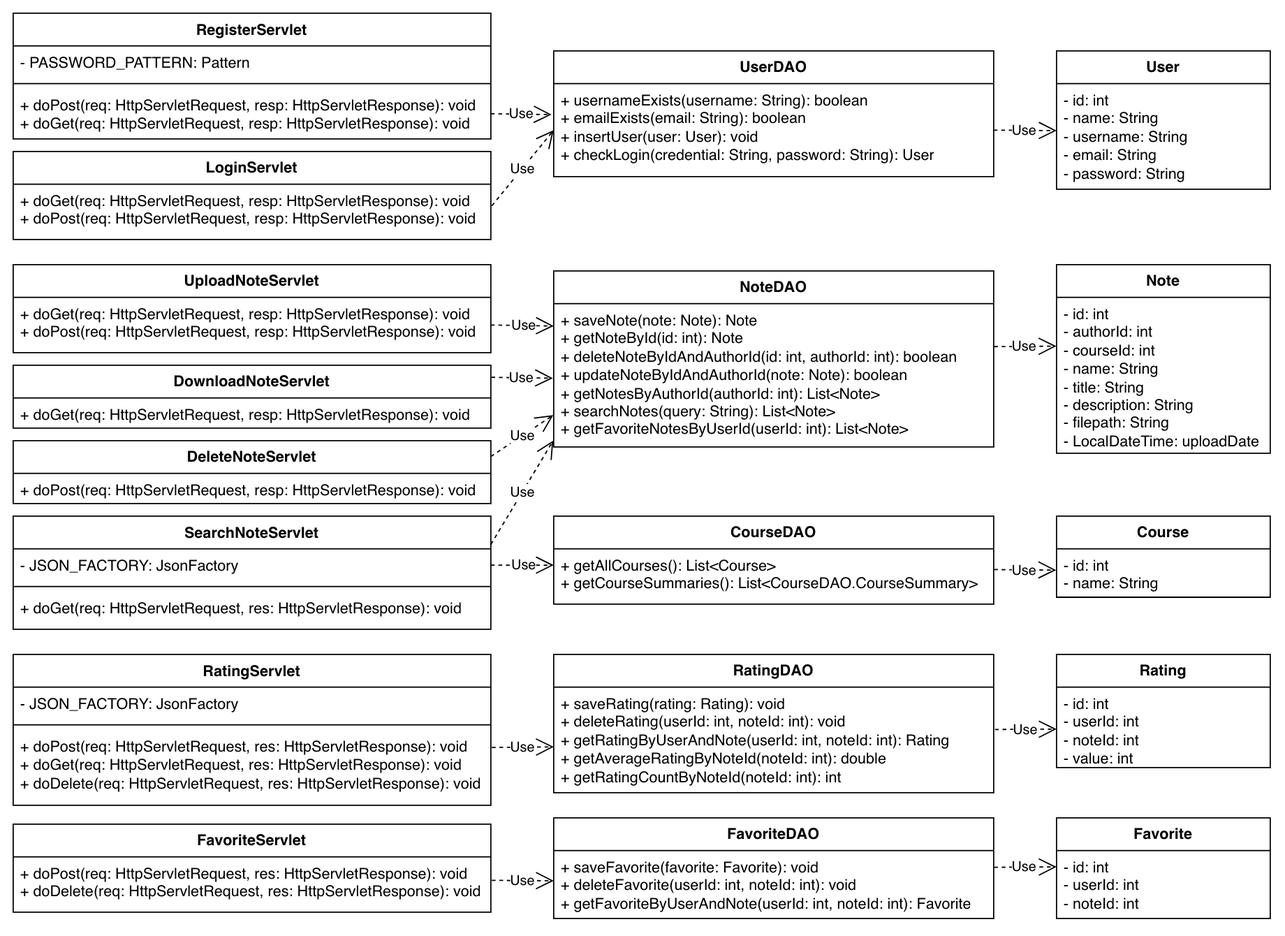
Above: hw1/diagrams/classDiagram.drawio.png in Dusba01/github-wa2526klzwap (draw.io), before the change. Source tidied: cells renumbered, new cells last; positions are measured from the earlier drawing's top-left corner, leaving out a move shared by most shapes.
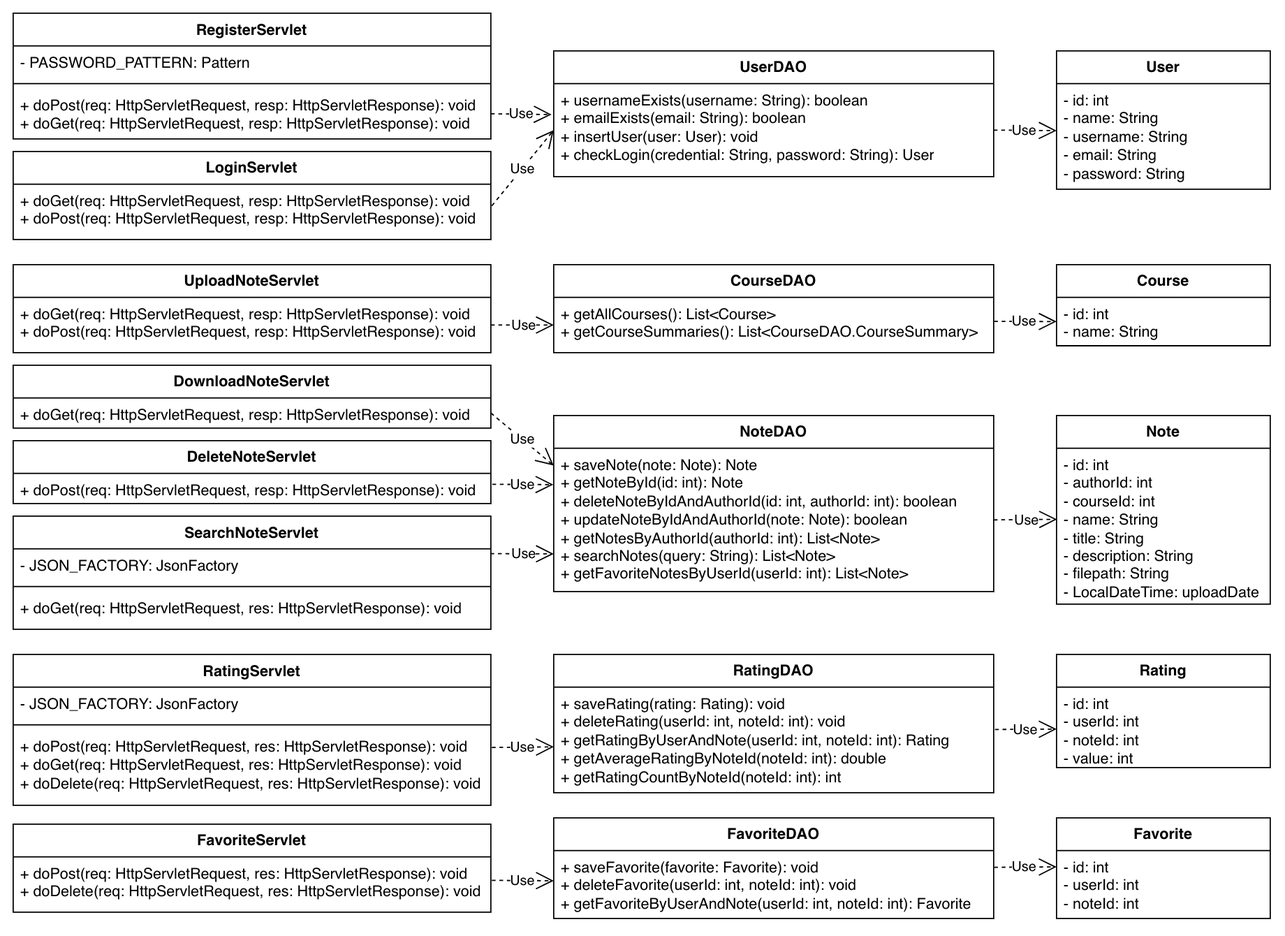
After the change.

Commit message:
class diagram definitive FOR REAL

What changed in the source:
```diff
@@ -9,7 +9,7 @@
       <mxGeometry y="26" width="350" height="74" as="geometry" />
     </mxCell>
     <mxCell id="4" value="&lt;b&gt;NoteDAO&lt;/b&gt;" style="swimlane;fontStyle=0;horizontal=1;startSize=26;fillColor=none;whiteSpace=wrap;html=1;" parent="1" vertex="1">
-      <mxGeometry x="430" y="205" width="350" height="140" as="geometry" />
+      <mxGeometry x="430" y="320" width="350" height="140" as="geometry" />
     </mxCell>
     <mxCell id="5" value="&lt;div&gt;+ saveNote(note: Note): Note&lt;/div&gt;&lt;div&gt;+ getNoteById(id: int): Note&lt;/div&gt;&lt;div&gt;+ deleteNoteByIdAndAuthorId(id: int, authorId: int): boolean&lt;/div&gt;&lt;div&gt;+ updateNoteByIdAndAuthorId(note: Note): boolean&lt;/div&gt;&lt;div&gt;+ getNotesByAuthorId(authorId: int): List&amp;lt;Note&amp;gt;&lt;/div&gt;&lt;div&gt;+ searchNotes(query: String): List&amp;lt;Note&amp;gt;&lt;/div&gt;&lt;div&gt;+ getFavoriteNotesByUserId(userId: int): List&amp;lt;Note&amp;gt;&lt;/div&gt;&lt;div&gt;&lt;br&gt;&lt;/div&gt;" style="text;strokeColor=none;fillColor=none;align=left;verticalAlign=top;spacingLeft=4;spacingRight=4;overflow=hidden;points=[[0,0.5],[1,0.5]];portConstraint=eastwest;whiteSpace=wrap;html=1;" parent="4" vertex="1">
       <mxGeometry y="26" width="350" height="114" as="geometry" />
@@ -27,7 +27,7 @@
       <mxGeometry y="26" width="350" height="54" as="geometry" />
     </mxCell>
     <mxCell id="10" value="&lt;b&gt;CourseDAO&lt;/b&gt;" style="swimlane;fontStyle=0;horizontal=1;startSize=26;fillColor=none;whiteSpace=wrap;html=1;" parent="1" vertex="1">
-      <mxGeometry x="430" y="400" width="350" height="70" as="geometry" />
+      <mxGeometry x="430" y="200" width="350" height="70" as="geometry" />
     </mxCell>
     <mxCell id="11" value="+ getAllCourses(): List&amp;lt;Course&amp;gt;&lt;br&gt;+ getCourseSummaries(): List&amp;lt;CourseDAO.CourseSummary&amp;gt;&lt;div&gt;&lt;br/&gt;&lt;/div&gt;" style="text;strokeColor=none;fillColor=none;align=left;verticalAlign=top;spacingLeft=4;spacingRight=4;overflow=hidden;points=[[0,0.5],[1,0.5]];portConstraint=eastwest;whiteSpace=wrap;html=1;" parent="10" vertex="1">
       <mxGeometry y="26" width="350" height="44" as="geometry" />
@@ -111,7 +111,7 @@
       <mxGeometry y="26" width="170" height="54" as="geometry" />
     </mxCell>
     <mxCell id="38" value="&lt;b&gt;Course&lt;/b&gt;" style="swimlane;fontStyle=0;horizontal=1;startSize=26;fillColor=none;whiteSpace=wrap;html=1;" parent="1" vertex="1">
-      <mxGeometry x="830" y="400" width="170" height="64.5" as="geometry" />
+      <mxGeometry x="830" y="200" width="170" height="64.5" as="geometry" />
     </mxCell>
     <mxCell id="39" value="&lt;div&gt;- id: int&lt;div&gt;- name: String&lt;/div&gt;&lt;div&gt;&lt;br&gt;&lt;/div&gt;&lt;/div&gt;" style="text;strokeColor=none;fillColor=none;align=left;verticalAlign=top;spacingLeft=4;spacingRight=4;overflow=hidden;points=[[0,0.5],[1,0.5]];portConstraint=eastwest;whiteSpace=wrap;html=1;" parent="38" vertex="1">
       <mxGeometry y="26" width="170" height="38.5" as="geometry" />
@@ -123,7 +123,7 @@
       <mxGeometry y="26" width="170" height="84" as="geometry" />
     </mxCell>
     <mxCell id="42" value="&lt;b&gt;Note&lt;/b&gt;" style="swimlane;fontStyle=0;horizontal=1;startSize=26;fillColor=none;whiteSpace=wrap;html=1;" parent="1" vertex="1">
-      <mxGeometry x="830" y="200" width="170" height="150" as="geometry" />
+      <mxGeometry x="830" y="320" width="170" height="150" as="geometry" />
     </mxCell>
     <mxCell id="43" value="- id: int&lt;div&gt;- authorId: int&lt;/div&gt;&lt;div&gt;- courseId: int&lt;br&gt;&lt;div&gt;- name: String&lt;/div&gt;&lt;div&gt;- title: String&lt;/div&gt;&lt;div&gt;- description: String&lt;/div&gt;&lt;div&gt;- filepath: String&lt;/div&gt;&lt;/div&gt;&lt;div&gt;- LocalDateTime: uploadDate&lt;/div&gt;" style="text;strokeColor=none;fillColor=none;align=left;verticalAlign=top;spacingLeft=4;spacingRight=4;overflow=hidden;points=[[0,0.5],[1,0.5]];portConstraint=eastwest;whiteSpace=wrap;html=1;" parent="42" vertex="1">
       <mxGeometry y="26" width="170" height="124" as="geometry" />
@@ -134,23 +134,6 @@
     <mxCell id="45" value="Use" style="endArrow=open;endSize=12;dashed=1;html=1;rounded=0;exitX=1.002;exitY=0.391;exitDx=0;exitDy=0;entryX=0;entryY=0.5;entryDx=0;entryDy=0;exitPerimeter=0;" parent="1" edge="1" source="13" target="3">
       <mxGeometry relative="1" as="geometry" />
     </mxCell>
-    <mxCell id="46" value="Use" style="endArrow=open;endSize=12;dashed=1;html=1;rounded=0;exitX=1;exitY=0.5;exitDx=0;exitDy=0;entryX=0;entryY=0.156;entryDx=0;entryDy=0;entryPerimeter=0;" parent="1" edge="1" source="19" target="5">
-      <mxGeometry relative="1" as="geometry" />
-    </mxCell>
-    <mxCell id="47" value="Use" style="endArrow=open;endSize=12;dashed=1;html=1;rounded=0;exitX=1.001;exitY=0.192;exitDx=0;exitDy=0;entryX=-0.002;entryY=0.52;entryDx=0;entryDy=0;entryPerimeter=0;exitPerimeter=0;" parent="1" edge="1" source="20" target="5">
-      <mxGeometry relative="1" as="geometry" />
-    </mxCell>
-    <mxCell id="48" value="Use" style="endArrow=open;endSize=12;dashed=1;html=1;rounded=0;exitX=1;exitY=0.25;exitDx=0;exitDy=0;entryX=-0.001;entryY=0.778;entryDx=0;entryDy=0;entryPerimeter=0;" parent="1" edge="1" source="22" target="5">
-      <mxGeometry relative="1" as="geometry" />
-    </mxCell>
-    <mxCell id="49" value="Use" style="endArrow=open;endSize=12;dashed=1;html=1;rounded=0;exitX=1;exitY=0.25;exitDx=0;exitDy=0;entryX=-0.001;entryY=0.955;entryDx=0;entryDy=0;entryPerimeter=0;" parent="1" edge="1" source="24" target="5">
-      <mxGeometry relative="1" as="geometry" />
-    </mxCell>
-    <mxCell id="50" value="Use" style="endArrow=open;endSize=12;dashed=1;html=1;rounded=0;exitX=1;exitY=0.5;exitDx=0;exitDy=0;" parent="1" edge="1" source="25">
-      <mxGeometry relative="1" as="geometry">
-        <mxPoint x="430" y="439" as="targetPoint" />
-      </mxGeometry>
-    </mxCell>
     <mxCell id="51" value="Use" style="endArrow=open;endSize=12;dashed=1;html=1;rounded=0;exitX=1.002;exitY=0.233;exitDx=0;exitDy=0;entryX=0;entryY=0.566;entryDx=0;entryDy=0;entryPerimeter=0;exitPerimeter=0;" parent="1" edge="1" source="31" target="7">
       <mxGeometry relative="1" as="geometry" />
     </mxCell>
@@ -162,12 +145,6 @@
     <mxCell id="53" value="Use" style="endArrow=open;endSize=12;dashed=1;html=1;rounded=0;exitX=1;exitY=0.5;exitDx=0;exitDy=0;entryX=0;entryY=0.445;entryDx=0;entryDy=0;entryPerimeter=0;" parent="1" edge="1" source="3" target="41">
       <mxGeometry relative="1" as="geometry" />
     </mxCell>
-    <mxCell id="54" value="Use" style="endArrow=open;endSize=12;dashed=1;html=1;rounded=0;exitX=1.001;exitY=0.3;exitDx=0;exitDy=0;exitPerimeter=0;entryX=-0.001;entryY=0.313;entryDx=0;entryDy=0;entryPerimeter=0;" parent="1" edge="1" source="5" target="43">
-      <mxGeometry relative="1" as="geometry" />
-    </mxCell>
-    <mxCell id="55" value="Use" style="endArrow=open;endSize=12;dashed=1;html=1;rounded=0;exitX=1.001;exitY=0.375;exitDx=0;exitDy=0;entryX=-0.002;entryY=0.44;entryDx=0;entryDy=0;entryPerimeter=0;exitPerimeter=0;" parent="1" edge="1" source="11" target="39">
-      <mxGeometry relative="1" as="geometry" />
-    </mxCell>
     <mxCell id="56" value="Use" style="endArrow=open;endSize=12;dashed=1;html=1;rounded=0;exitX=1.003;exitY=0.401;exitDx=0;exitDy=0;entryX=0;entryY=0.522;entryDx=0;entryDy=0;exitPerimeter=0;entryPerimeter=0;" parent="1" edge="1" source="7" target="35">
       <mxGeometry relative="1" as="geometry" />
     </mxCell>
@@ -176,5 +153,25 @@
         <mxPoint x="830" y="679" as="targetPoint" />
       </mxGeometry>
     </mxCell>
+    <mxCell id="58" value="Use" style="endArrow=open;endSize=12;dashed=1;html=1;rounded=0;exitX=1;exitY=0.5;exitDx=0;exitDy=0;entryX=0;entryY=0.5;entryDx=0;entryDy=0;" parent="1" edge="1" source="19" target="11">
+      <mxGeometry relative="1" as="geometry" />
+    </mxCell>
+    <mxCell id="55" value="Use" style="endArrow=open;endSize=12;dashed=1;html=1;rounded=0;exitX=1.001;exitY=0.434;exitDx=0;exitDy=0;entryX=0;entryY=0.5;entryDx=0;entryDy=0;exitPerimeter=0;" parent="1" edge="1" source="11" target="39">
+      <mxGeometry relative="1" as="geometry" />
+    </mxCell>
+    <mxCell id="54" value="Use" style="endArrow=open;endSize=12;dashed=1;html=1;rounded=0;exitX=1;exitY=0.5;exitDx=0;exitDy=0;entryX=0.002;entryY=0.456;entryDx=0;entryDy=0;entryPerimeter=0;" parent="1" edge="1" source="5" target="43">
+      <mxGeometry relative="1" as="geometry" />
+    </mxCell>
+    <mxCell id="59" value="Use" style="endArrow=open;endSize=12;dashed=1;html=1;rounded=0;exitX=1;exitY=0.5;exitDx=0;exitDy=0;entryX=0;entryY=0.121;entryDx=0;entryDy=0;entryPerimeter=0;" parent="1" edge="1" source="21" target="5">
+      <mxGeometry relative="1" as="geometry" />
+    </mxCell>
+    <mxCell id="60" value="Use" style="endArrow=open;endSize=12;dashed=1;html=1;rounded=0;exitX=1.003;exitY=0.363;exitDx=0;exitDy=0;entryX=-0.001;entryY=0.254;entryDx=0;entryDy=0;exitPerimeter=0;entryPerimeter=0;" parent="1" edge="1" source="23" target="5">
+      <mxGeometry relative="1" as="geometry" />
+    </mxCell>
+    <mxCell id="61" value="Use" style="endArrow=open;endSize=12;dashed=1;html=1;rounded=0;exitX=0.999;exitY=0.149;exitDx=0;exitDy=0;exitPerimeter=0;" parent="1" edge="1" source="25">
+      <mxGeometry relative="1" as="geometry">
+        <mxPoint x="430" y="430" as="targetPoint" />
+      </mxGeometry>
+    </mxCell>
   </root>
 </mxGraphModel>
```
